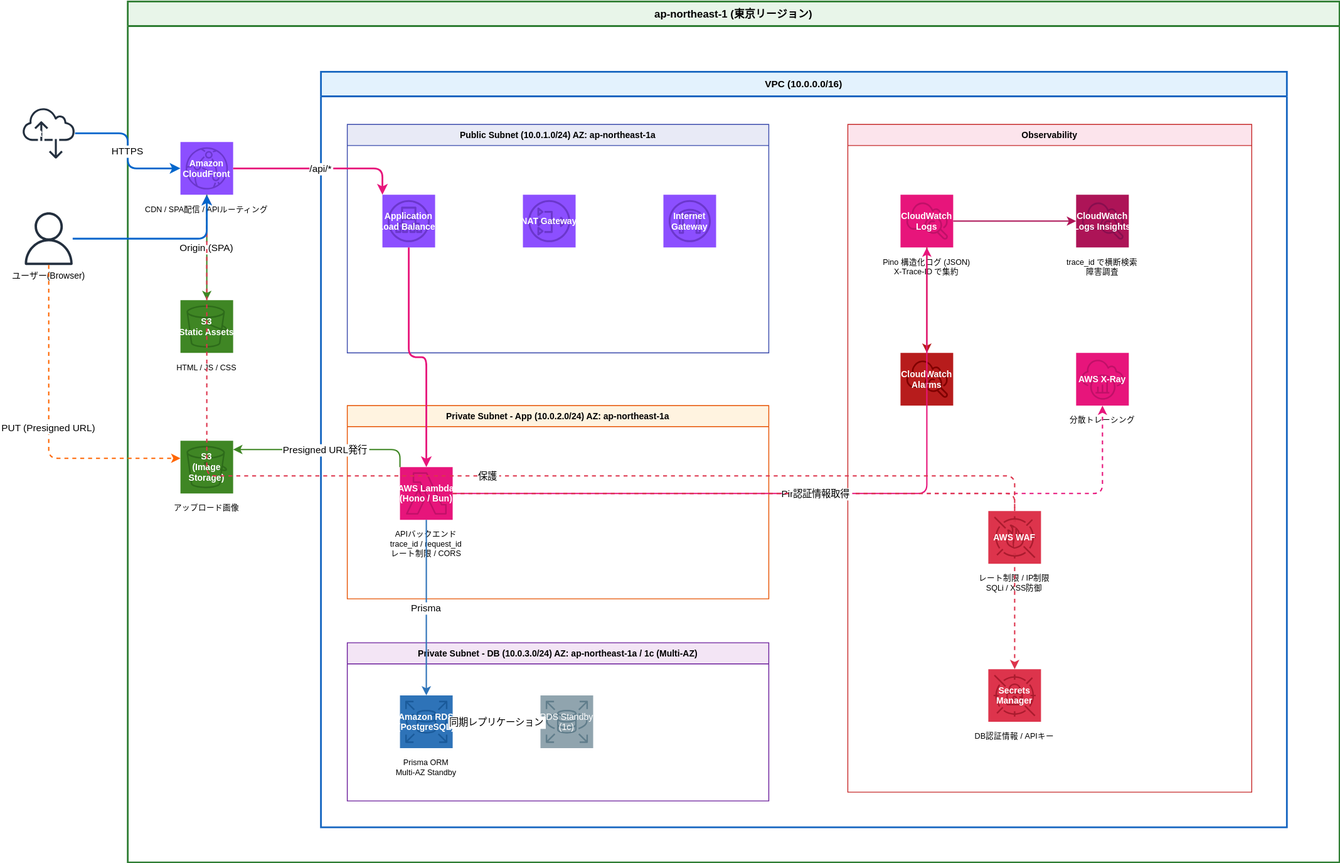
The draw.io diagram specs/hugo/assets/images/AWS環境構成図.drawio.svg in Hitamuki/spec-driven-development, before a commit. Source tidied: cells renumbered, new cells last; positions are measured from the earlier drawing's top-left corner, leaving out a move shared by most shapes.
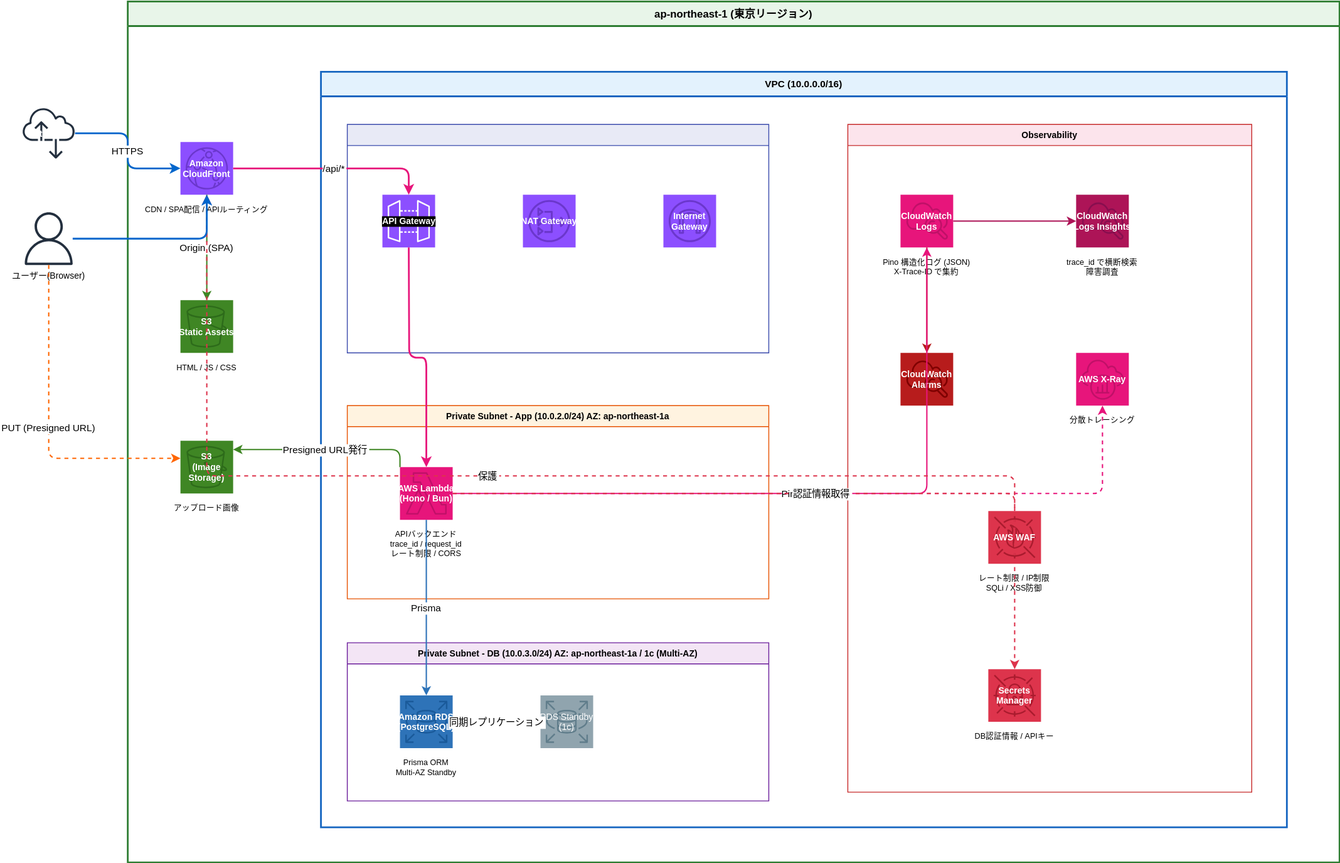
The same diagram one commit later.

Change to the diagram source:
```diff
@@ -32,18 +32,18 @@
     <mxCell id="11" value="VPC (10.0.0.0/16)" style="swimlane;startSize=28;fillColor=#E3F2FD;strokeColor=#1565C0;fontStyle=1;fontSize=11;strokeWidth=2;" parent="4" vertex="1">
       <mxGeometry x="220" y="80" width="1100" height="860" as="geometry" />
     </mxCell>
-    <mxCell id="12" value="Public Subnet (10.0.1.0/24)  AZ: ap-northeast-1a" style="swimlane;startSize=24;fillColor=#E8EAF6;strokeColor=#3949AB;fontSize=10;fontStyle=1;" parent="11" vertex="1">
+    <mxCell id="12" value="Public Subnet (10.0.1.0/24)  AZ: ap-northeast-1a" style="swimlane;startSize=24;fillColor=#E8EAF6;strokeColor=#3949AB;fontSize=10;fontStyle=1;fontColor=none;noLabel=1;" parent="11" vertex="1">
       <mxGeometry x="30" y="60" width="480" height="260" as="geometry" />
     </mxCell>
-    <mxCell id="13" value="Application&#10;Load Balancer" style="shape=mxgraph.aws4.resourceIcon;resIcon=mxgraph.aws4.application_load_balancer;fillColor=#8C4FFF;fontColor=#ffffff;strokeColor=#6B37CC;fontSize=10;fontStyle=1;" parent="12" vertex="1">
-      <mxGeometry x="40" y="80" width="60" height="60" as="geometry" />
-    </mxCell>
     <mxCell id="14" value="NAT Gateway" style="shape=mxgraph.aws4.resourceIcon;resIcon=mxgraph.aws4.nat_gateway;fillColor=#8C4FFF;fontColor=#ffffff;strokeColor=#6B37CC;fontSize=10;fontStyle=1;" parent="12" vertex="1">
       <mxGeometry x="200" y="80" width="60" height="60" as="geometry" />
     </mxCell>
     <mxCell id="15" value="Internet&#10;Gateway" style="shape=mxgraph.aws4.resourceIcon;resIcon=mxgraph.aws4.internet_gateway;fillColor=#8C4FFF;fontColor=#ffffff;strokeColor=#6B37CC;fontSize=10;fontStyle=1;" parent="12" vertex="1">
       <mxGeometry x="360" y="80" width="60" height="60" as="geometry" />
     </mxCell>
+    <mxCell id="50" value="API Gateway" style="sketch=0;fillColor=#8C4FFF;strokeColor=#ffffff;dashed=0;verticalLabelPosition=middle;verticalAlign=middle;align=center;html=1;shape=mxgraph.aws4.resourceIcon;resIcon=mxgraph.aws4.api_gateway;horizontal=1;labelPosition=center;fontColor=#FFFFFF;fontStyle=1;fontSize=10;labelBackgroundColor=#000000;" parent="12" vertex="1">
+      <mxGeometry x="40" y="80" width="60" height="60" as="geometry" />
+    </mxCell>
     <mxCell id="16" value="Private Subnet - App (10.0.2.0/24)  AZ: ap-northeast-1a" style="swimlane;startSize=24;fillColor=#FFF3E0;strokeColor=#E65100;fontSize=10;fontStyle=1;" parent="11" vertex="1">
       <mxGeometry x="30" y="380" width="480" height="220" as="geometry" />
     </mxCell>
@@ -110,8 +110,10 @@
     <mxCell id="37" style="edgeStyle=orthogonalEdgeStyle;strokeColor=#B71C1C;strokeWidth=1.5;" parent="24" edge="1" source="25" target="29">
       <mxGeometry relative="1" as="geometry" />
     </mxCell>
-    <mxCell id="38" style="edgeStyle=orthogonalEdgeStyle;strokeColor=#E7157B;strokeWidth=2;" parent="11" edge="1" source="13" target="17">
-      <mxGeometry relative="1" as="geometry" />
+    <mxCell id="38" style="edgeStyle=orthogonalEdgeStyle;strokeColor=#E7157B;strokeWidth=2;" parent="11" edge="1" target="17">
+      <mxGeometry relative="1" as="geometry">
+        <mxPoint x="100" y="200" as="sourcePoint" />
+      </mxGeometry>
     </mxCell>
     <mxCell id="39" value="Prisma" style="edgeStyle=orthogonalEdgeStyle;strokeColor=#2E73B8;strokeWidth=1.5;" parent="11" edge="1" source="17" target="20">
       <mxGeometry relative="1" as="geometry" />
@@ -128,12 +130,11 @@
     <mxCell id="43" value="Origin (SPA)" style="edgeStyle=orthogonalEdgeStyle;strokeColor=#3F8624;strokeWidth=1.5;" parent="4" edge="1" source="5" target="7">
       <mxGeometry relative="1" as="geometry" />
     </mxCell>
-    <mxCell id="44" value="/api/*" style="edgeStyle=orthogonalEdgeStyle;strokeColor=#E7157B;strokeWidth=2;" parent="4" edge="1" source="5" target="13">
+    <mxCell id="44" value="/api/*" style="edgeStyle=orthogonalEdgeStyle;strokeColor=#E7157B;strokeWidth=2;" parent="4" edge="1" source="5">
       <mxGeometry relative="1" as="geometry">
+        <mxPoint x="320" y="220" as="targetPoint" />
         <Array as="points">
-          <mxPoint x="90" y="190" />
-          <mxPoint x="290" y="190" />
-          <mxPoint x="290" y="168" />
+          <mxPoint x="320" y="190" />
         </Array>
       </mxGeometry>
     </mxCell>
```
